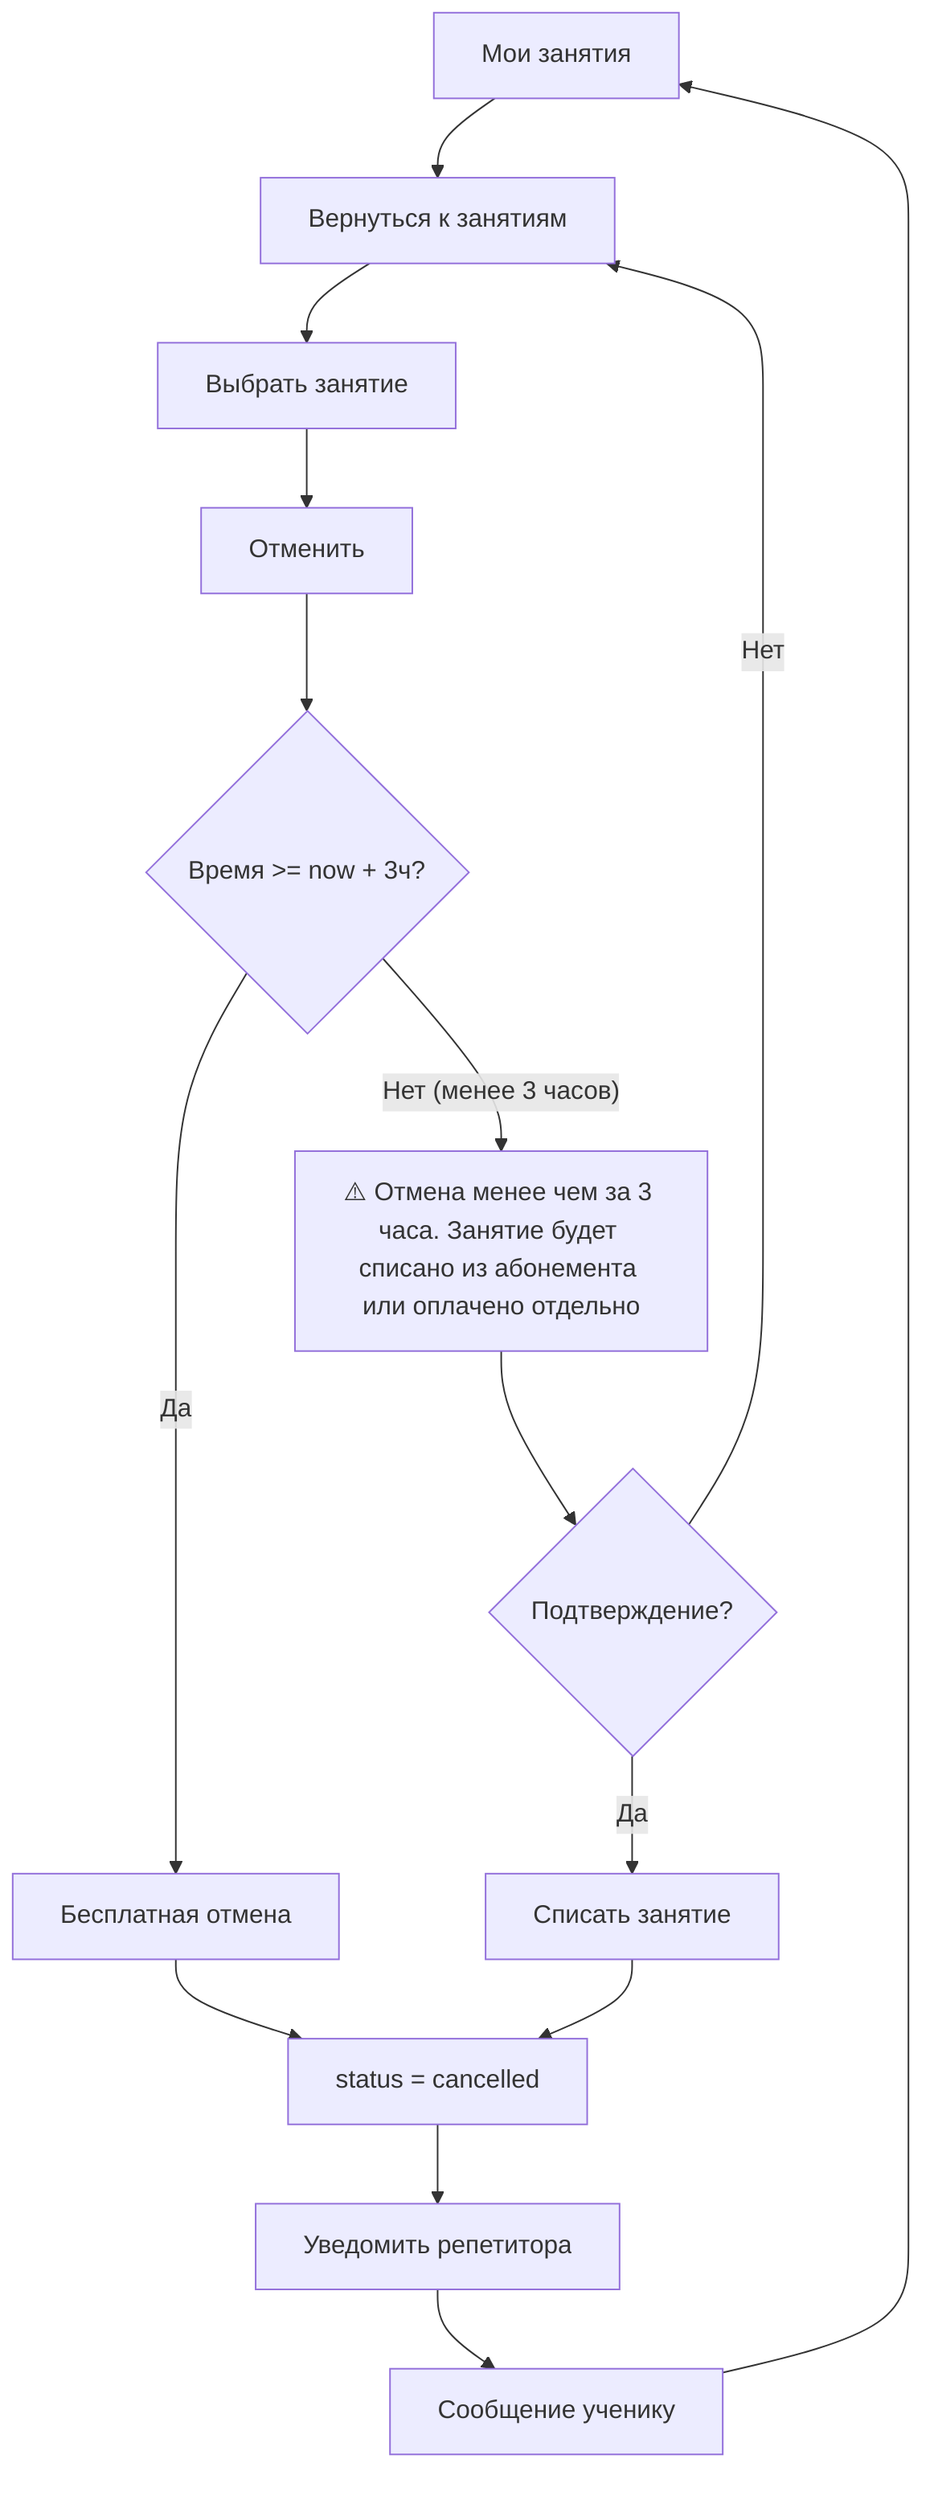
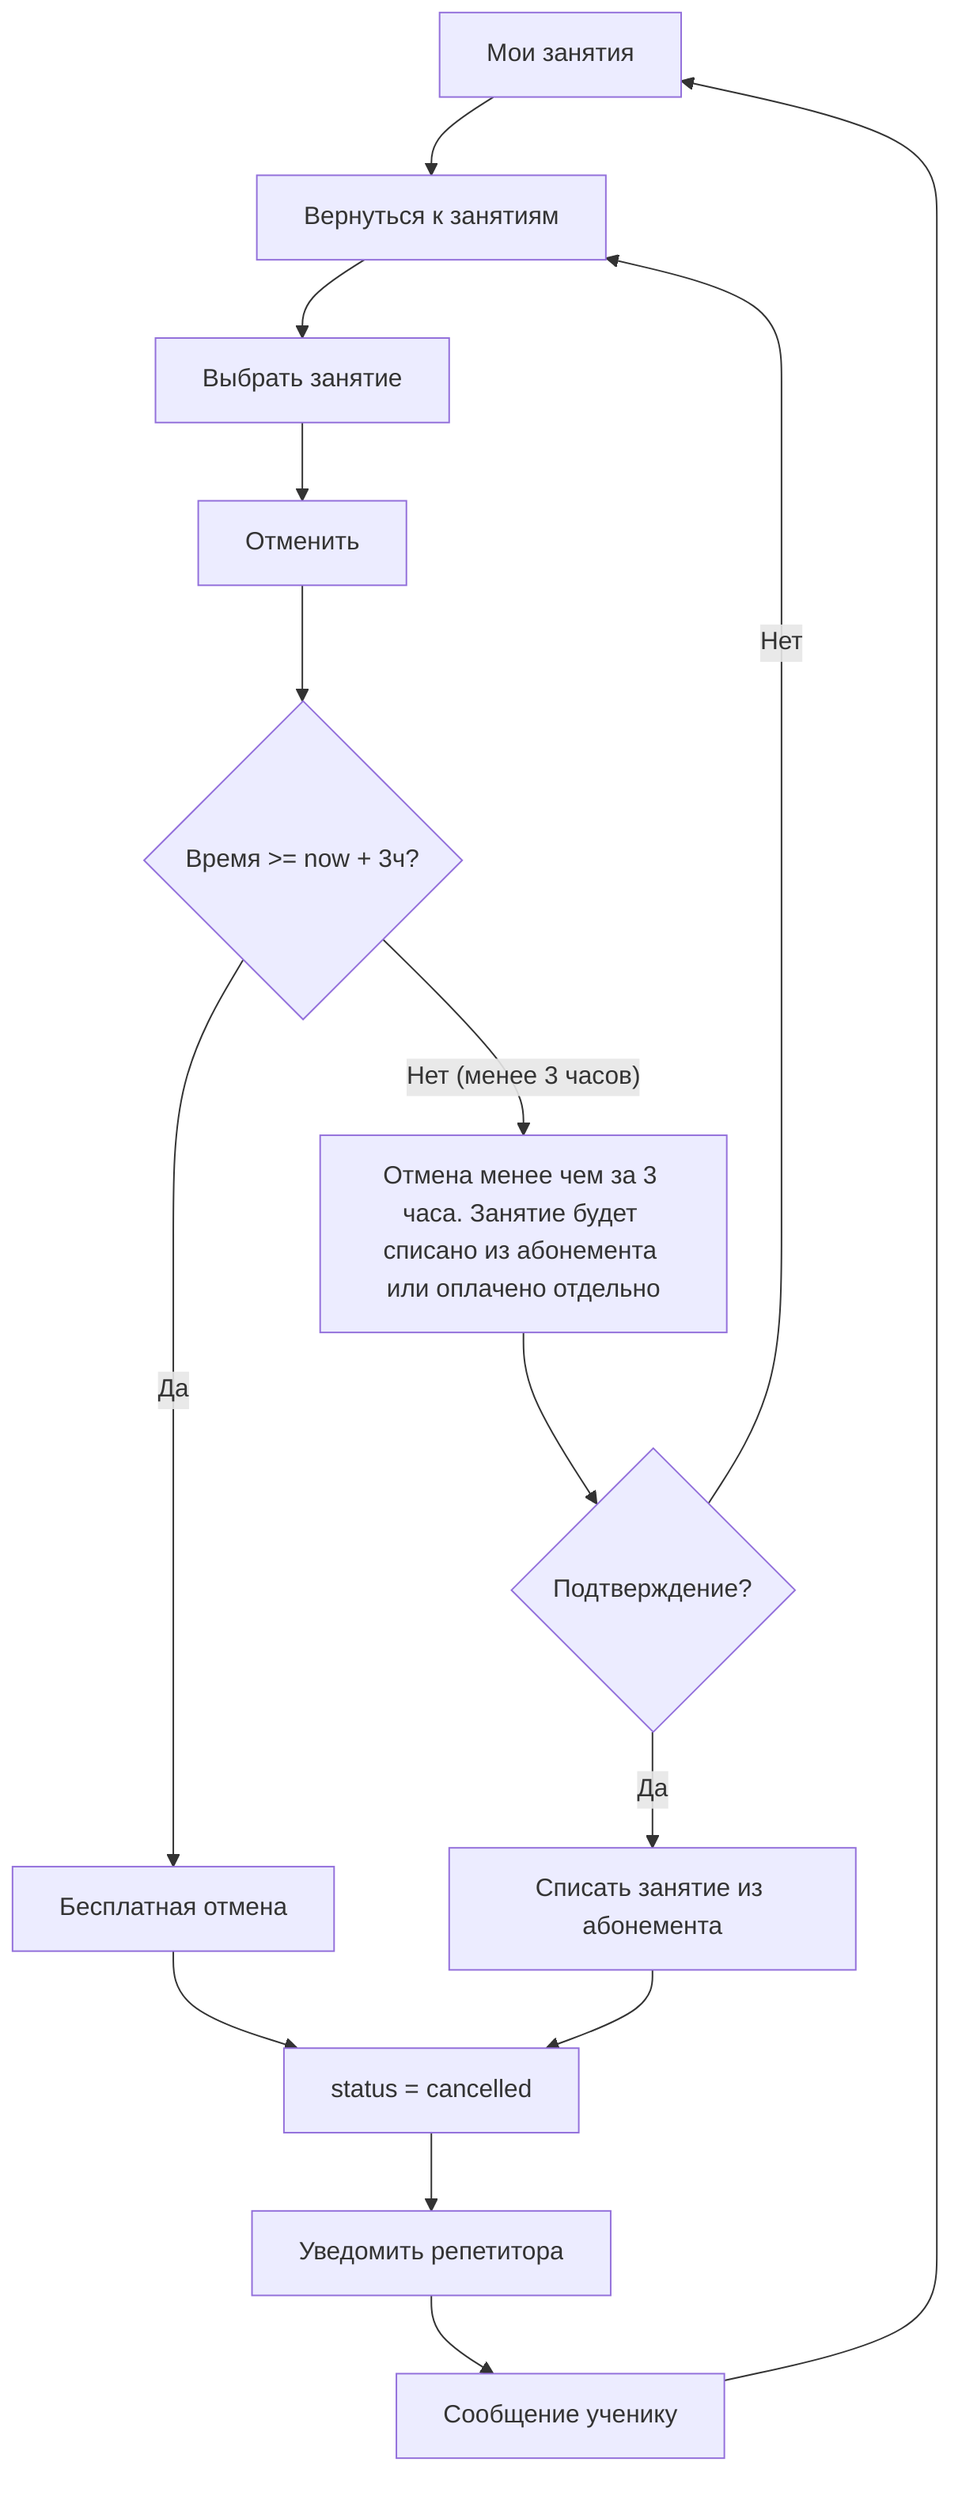
graph TD
    G1[Мои занятия] --> G1a[Показать занятия]
    G1a --> G1a1[Выбрать занятие]
    G1a1 --> G1b[Отменить]
- 
-     %% G1b --> G1b_check{Время < now + 3ч?}
-     %% G1b_check -- Да --> G1b_warning[Предупреждение]
-     %% G1b_warning --> G1b1{Подтверждение?}
-     %% G1b1 -- Да --> G1b2[Списать]
-     %% G1b2 --> G1e[Уведомить репетитора]
- 
-     %% G1b_check -- Нет --> G1c{Подтверждение?}
-     %% G1c -- Да --> G1d[status = cancelled]
-     %% G1d --> G1e[Уведомить репетитора]

    G1b --> G1b_check{Время >= now + 3ч?}
    G1b_check -- Да --> G1c_ok[Бесплатная отмена]
    G1c_ok --> G1d[status = cancelled]
    G1d --> G1e[Уведомить репетитора]

-     G1b_check -- Нет (менее 3 часов) --> G1b_warning[⚠️ Отмена менее чем за 3 часа. Занятие будет списано из абонемента или оплачено отдельно]
+     G1b_check -- Нет (менее 3 часов) --> G1b_warning[Отмена менее чем за 3 часа. Занятие будет списано из абонемента или оплачено отдельно]
    G1b_warning --> G1b1{Подтверждение?}
-     G1b1 -- Да --> G1b2[Списать занятие]
-     G1b2 --> G1d
+     G1b1 -- Да --> G1b2[Списать занятие из абонемента]
+     G1b2 --> G1d[status = cancelled]
    G1b1 -- Нет --> G1a[Вернуться к занятиям]

    G1e --> G1f[Сообщение ученику]
    G1f --> G1